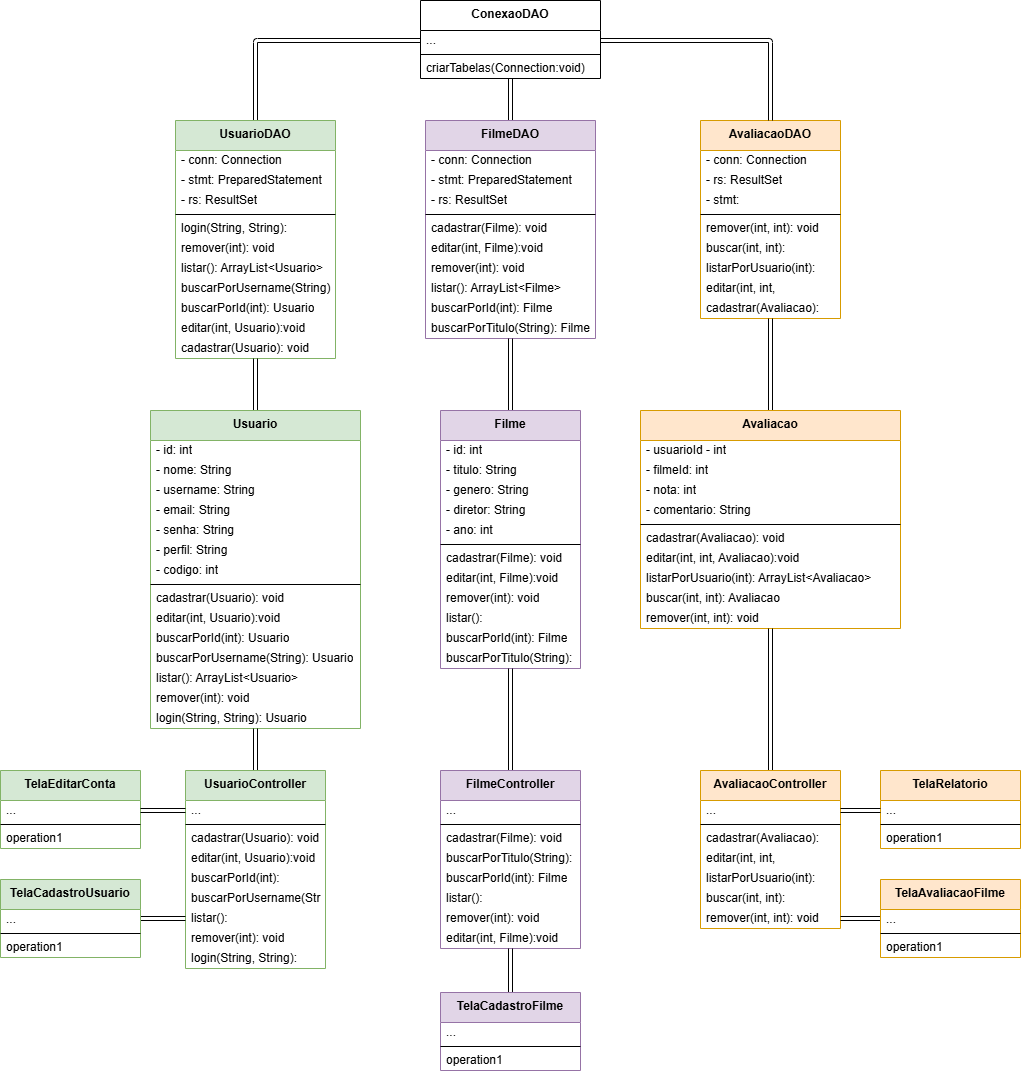
laisvarela/CineTrack keeps this draw.io diagram as Documentação/diagrama.png. Above is the earlier version. Source tidied: cells renumbered, new cells last; positions are measured from the earlier drawing's top-left corner, leaving out a move shared by most shapes.
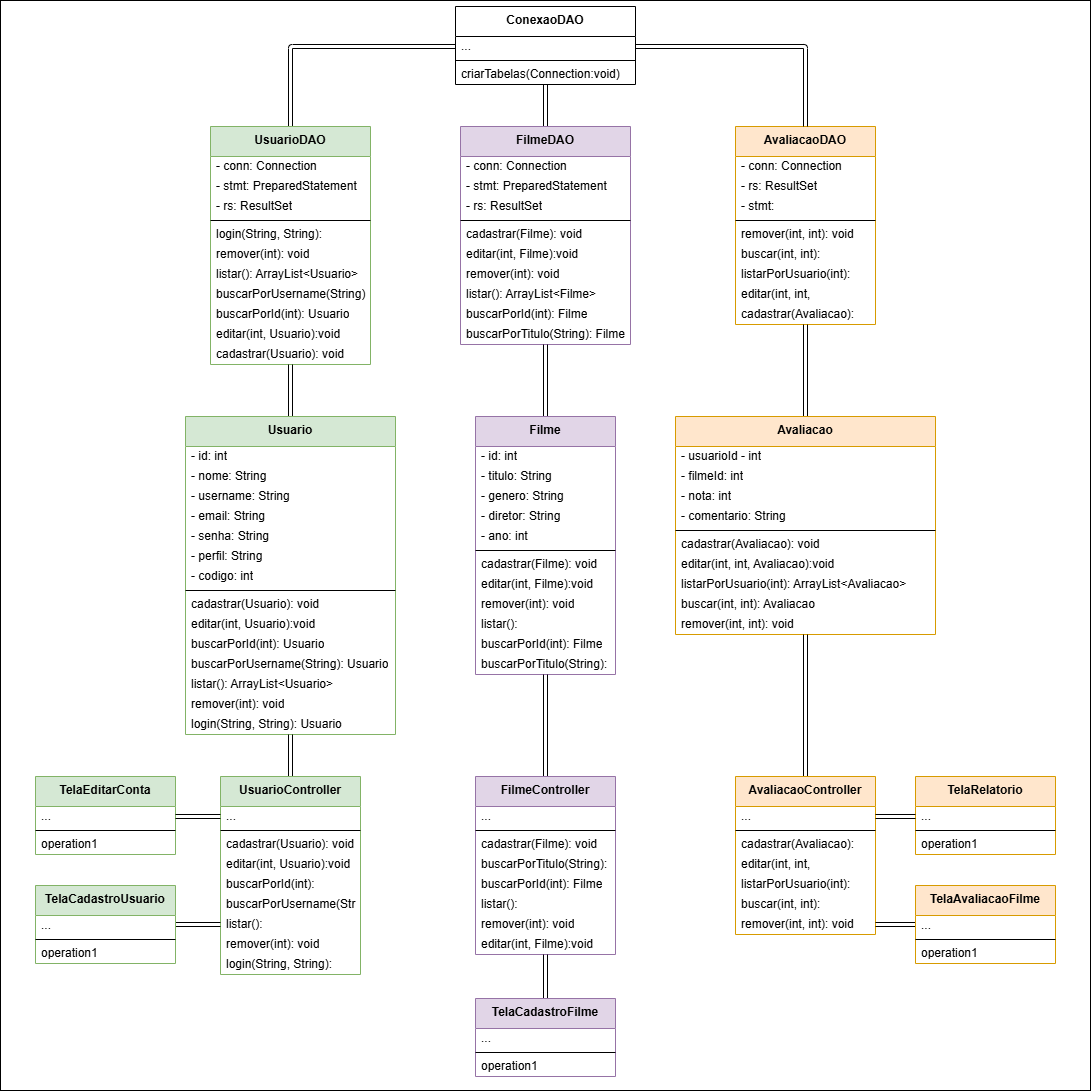
The same diagram one commit later.

The edit, as a diff of the source:
```diff
@@ -2,6 +2,9 @@
   <root>
     <mxCell id="0" />
     <mxCell id="1" parent="0" />
+    <mxCell id="140" style="whiteSpace=wrap;html=1;" parent="1" vertex="1">
+      <mxGeometry x="-35" y="-6" width="1090" height="1090" as="geometry" />
+    </mxCell>
     <mxCell id="2" value="&lt;b&gt;ConexaoDAO&lt;/b&gt;" style="swimlane;fontStyle=0;align=center;verticalAlign=top;horizontal=1;startSize=30;html=1;whiteSpace=wrap;swimlaneFillColor=default;" parent="1" vertex="1">
       <mxGeometry x="420" width="180" height="78" as="geometry" />
     </mxCell>
```
